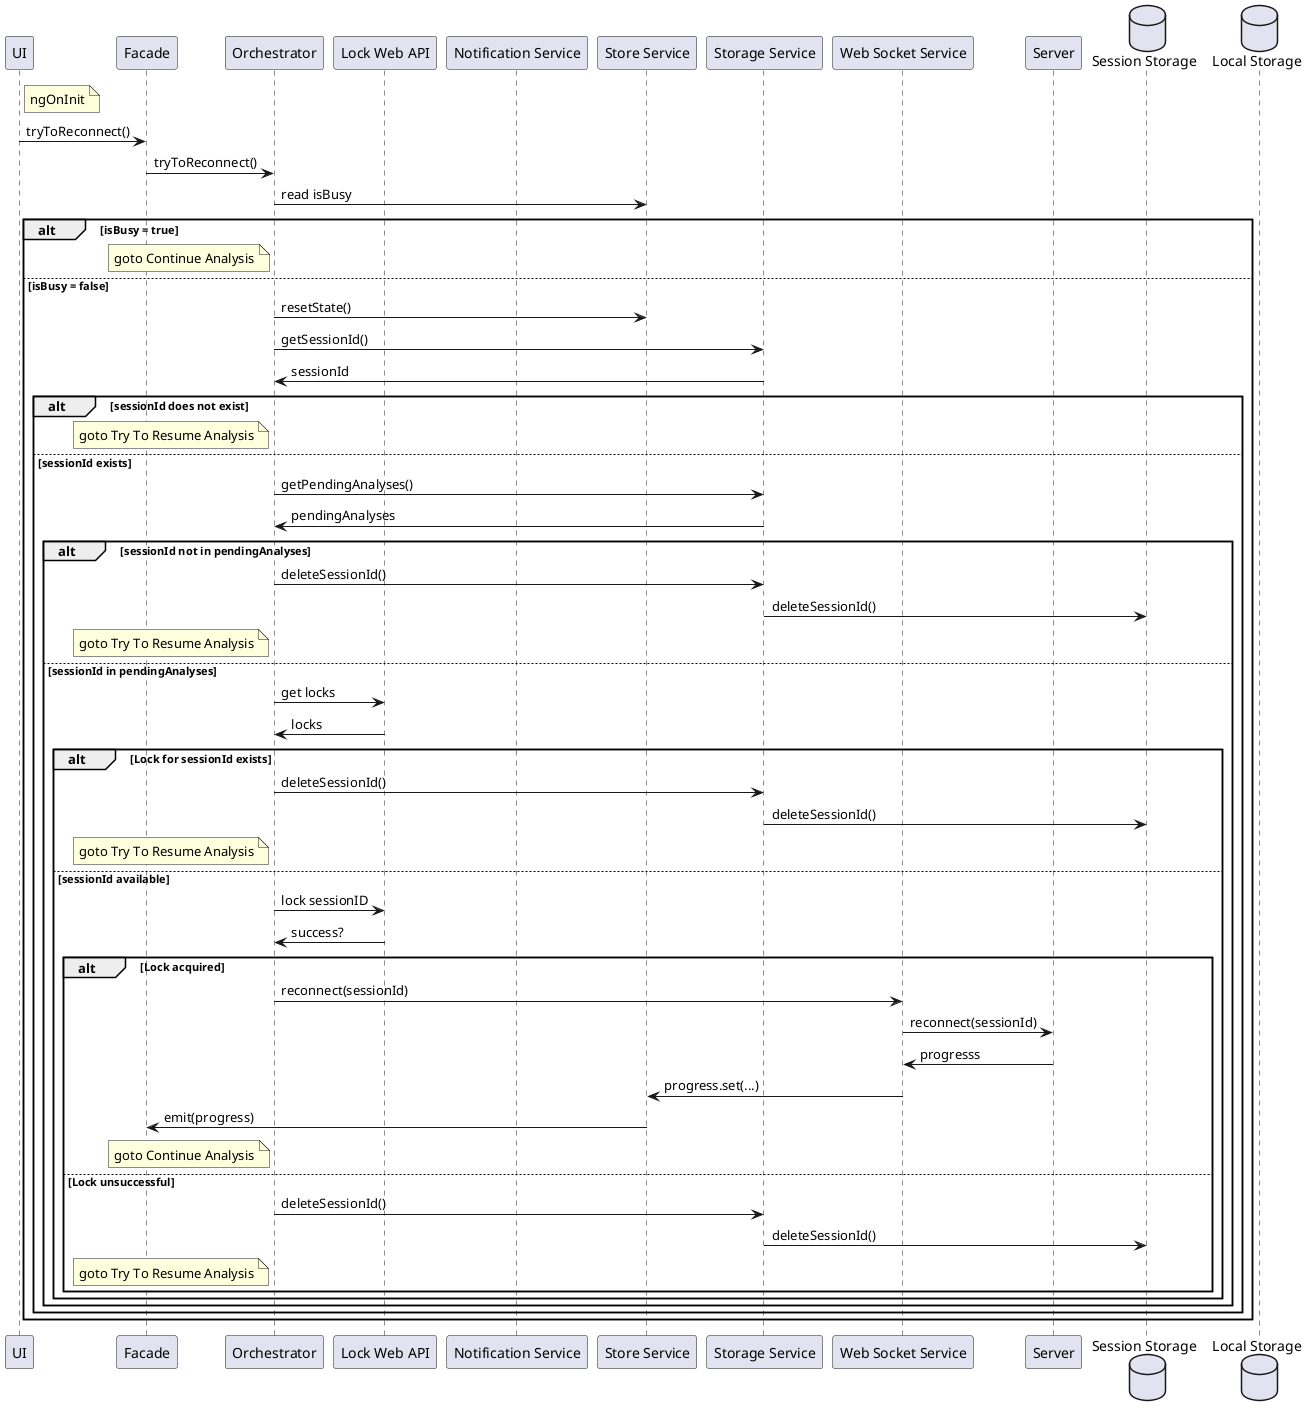
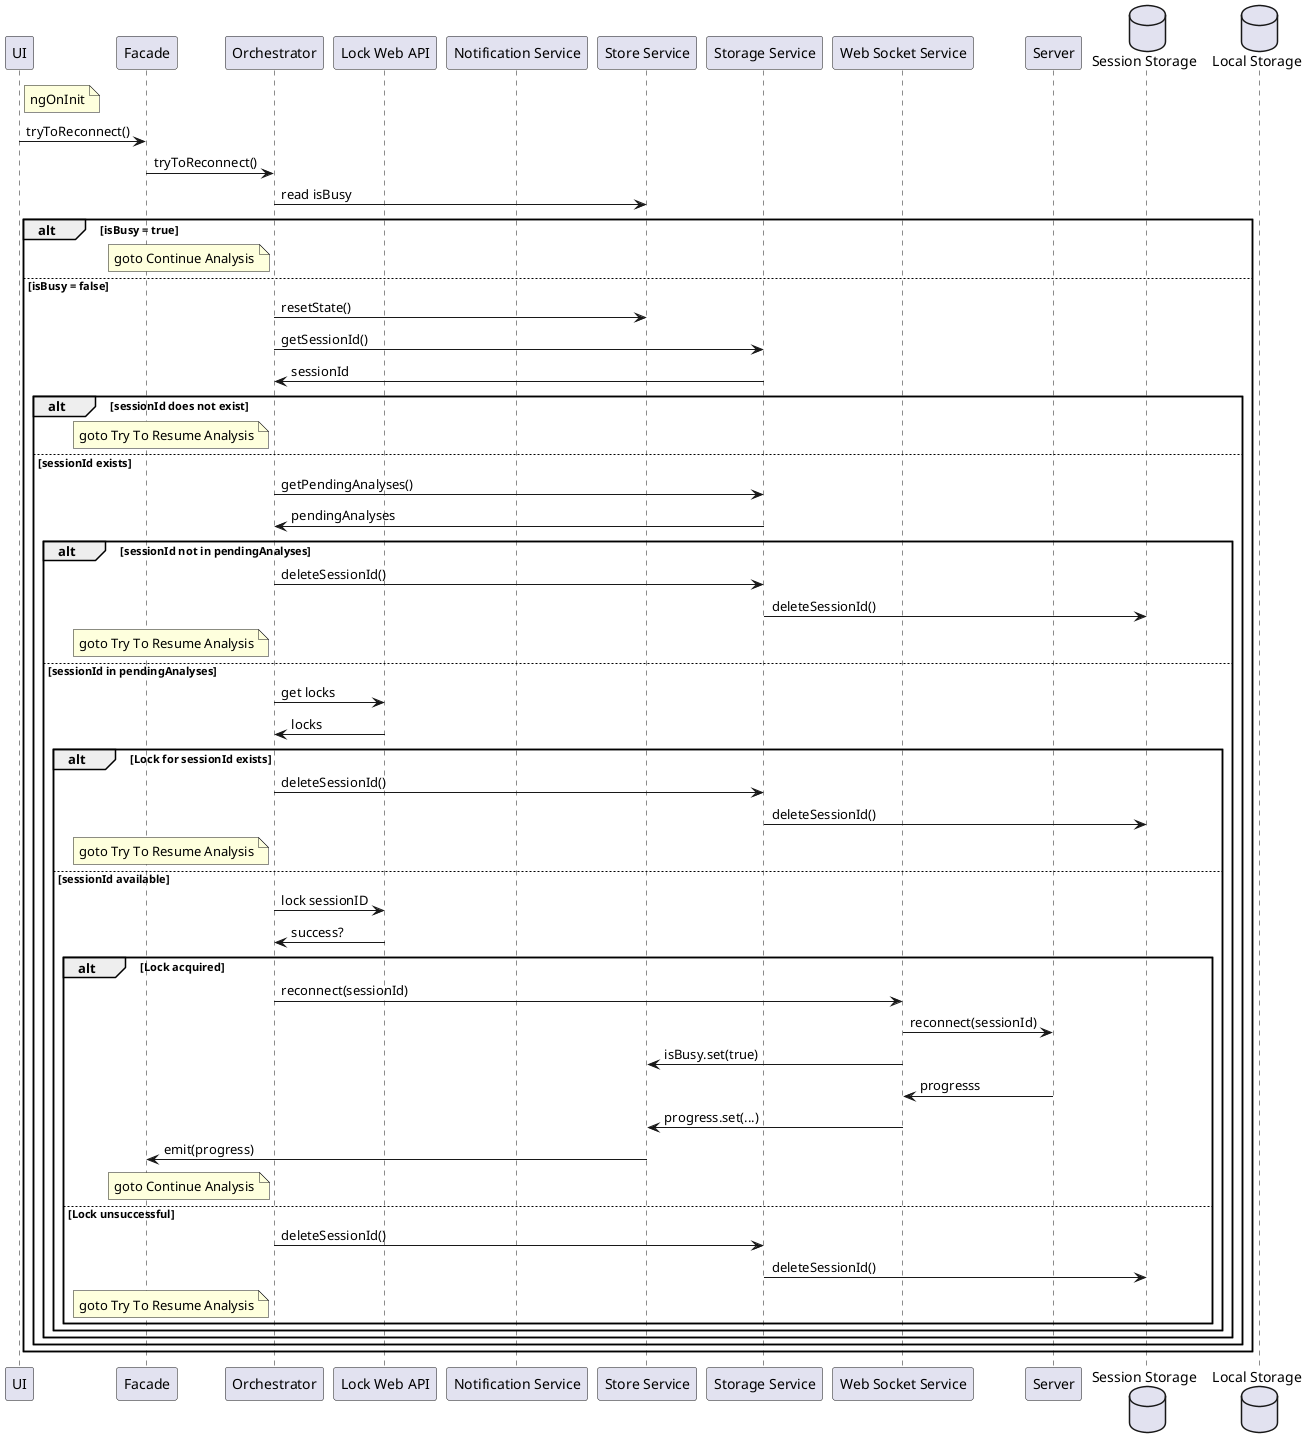
@startuml Startup Flow

participant "UI" as U
participant "Facade" as F
participant "Orchestrator" as O
participant "Lock Web API" as L
participant "Notification Service" as N
participant "Store Service" as ST
participant "Storage Service" as STG
participant "Web Socket Service" as WS
participant "Server" as SRV

database "Session Storage" as SS
database "Local Storage" as LS

note right of U: ngOnInit
U -> F: tryToReconnect()
F -> O: tryToReconnect()
O -> ST: read isBusy

alt isBusy = true
    note left of O: goto Continue Analysis

else isBusy = false
    O -> ST: resetState()
    O -> STG: getSessionId()
    STG -> O: sessionId

    alt sessionId does not exist
        note left of O: goto Try To Resume Analysis

    else sessionId exists
        O -> STG: getPendingAnalyses()
        STG -> O: pendingAnalyses

        alt sessionId not in pendingAnalyses
            O -> STG: deleteSessionId()
            STG -> SS: deleteSessionId()
            note left of O: goto Try To Resume Analysis

        else sessionId in pendingAnalyses
            O -> L: get locks
            L -> O: locks

            alt Lock for sessionId exists
                O -> STG: deleteSessionId()
                STG -> SS: deleteSessionId()
                note left of O: goto Try To Resume Analysis

            else sessionId available
                O -> L: lock sessionID
                L -> O: success?

                alt Lock acquired
                    O -> WS: reconnect(sessionId)
                    WS -> SRV: reconnect(sessionId)
+                     WS -> ST: isBusy.set(true)
                    SRV -> WS: progresss
                    WS -> ST: progress.set(...)
                    ST -> F: emit(progress)
                    note left of O: goto Continue Analysis

                else Lock unsuccessful
                    O -> STG: deleteSessionId()
                    STG -> SS: deleteSessionId()
                    note left of O: goto Try To Resume Analysis
                end
            end
        end
    end
end

@enduml